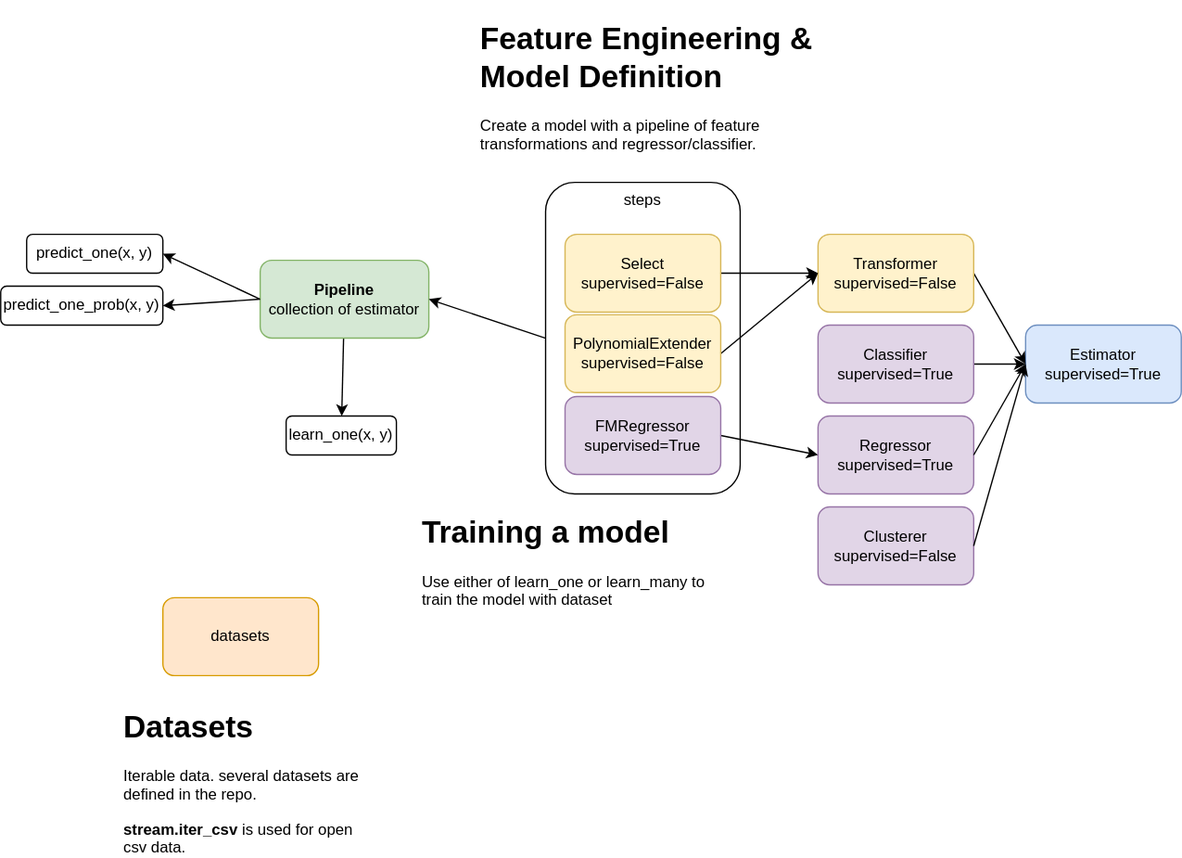
The draw.io diagram river/docs/diagram.drawio.svg in nakamasato/ml-training, before a commit. Source tidied: cells renumbered, new cells last; positions are measured from the earlier drawing's top-left corner, leaving out a move shared by most shapes. Its diagram source:
```xml
<mxGraphModel>
  <root>
    <mxCell id="0" />
    <mxCell id="1" parent="0" />
    <mxCell id="2" value="steps" style="rounded=1;whiteSpace=wrap;html=1;verticalAlign=top;" parent="1" vertex="1">
      <mxGeometry x="420" y="130" width="150" height="240" as="geometry" />
    </mxCell>
    <mxCell id="3" style="edgeStyle=none;html=1;exitX=0;exitY=0.5;exitDx=0;exitDy=0;entryX=1;entryY=0.5;entryDx=0;entryDy=0;" parent="1" edge="1" source="5" target="10">
      <mxGeometry relative="1" as="geometry" />
    </mxCell>
    <mxCell id="4" style="edgeStyle=none;html=1;" parent="1" edge="1" source="5" target="9">
      <mxGeometry relative="1" as="geometry" />
    </mxCell>
    <mxCell id="5" value="&lt;b&gt;Pipeline&lt;/b&gt;&lt;br&gt;collection of estimator" style="rounded=1;whiteSpace=wrap;html=1;fillColor=#d5e8d4;strokeColor=#82b366;" parent="1" vertex="1">
      <mxGeometry x="200" y="190" width="130" height="60" as="geometry" />
    </mxCell>
    <mxCell id="6" value="Estimator&lt;br&gt;supervised=True" style="rounded=1;whiteSpace=wrap;html=1;fillColor=#dae8fc;strokeColor=#6c8ebf;" parent="1" vertex="1">
      <mxGeometry x="790" y="240" width="120" height="60" as="geometry" />
    </mxCell>
    <mxCell id="7" style="edgeStyle=none;html=1;entryX=0;entryY=0.5;entryDx=0;entryDy=0;exitX=1;exitY=0.5;exitDx=0;exitDy=0;" parent="1" edge="1" source="8" target="6">
      <mxGeometry relative="1" as="geometry" />
    </mxCell>
    <mxCell id="8" value="Transformer&lt;br&gt;supervised=False" style="rounded=1;whiteSpace=wrap;html=1;fillColor=#fff2cc;strokeColor=#d6b656;" parent="1" vertex="1">
      <mxGeometry x="630" y="170" width="120" height="60" as="geometry" />
    </mxCell>
    <mxCell id="9" value="learn_one(x, y)" style="rounded=1;whiteSpace=wrap;html=1;" parent="1" vertex="1">
      <mxGeometry x="220" y="310" width="85" height="30" as="geometry" />
    </mxCell>
    <mxCell id="10" value="predict_one(x, y)" style="rounded=1;whiteSpace=wrap;html=1;" parent="1" vertex="1">
      <mxGeometry x="20" y="170" width="105" height="30" as="geometry" />
    </mxCell>
    <mxCell id="11" value="predict_one_prob(x, y)" style="rounded=1;whiteSpace=wrap;html=1;" parent="1" vertex="1">
      <mxGeometry y="210" width="125" height="30" as="geometry" />
    </mxCell>
    <mxCell id="12" style="edgeStyle=none;html=1;exitX=0;exitY=0.5;exitDx=0;exitDy=0;entryX=1;entryY=0.5;entryDx=0;entryDy=0;" parent="1" edge="1" source="5" target="11">
      <mxGeometry relative="1" as="geometry" />
    </mxCell>
    <mxCell id="13" value="&lt;h1&gt;Feature Engineering &amp;amp; Model Definition&lt;/h1&gt;&lt;p&gt;Create a model with a pipeline of feature transformations and regressor/classifier.&lt;/p&gt;" style="text;html=1;strokeColor=none;fillColor=none;spacing=5;spacingTop=-20;whiteSpace=wrap;overflow=hidden;rounded=0;" parent="1" vertex="1">
      <mxGeometry x="365" width="295" height="120" as="geometry" />
    </mxCell>
    <mxCell id="14" value="&lt;h1&gt;Training a model&amp;nbsp;&lt;/h1&gt;&lt;p&gt;Use either of learn_one or learn_many to train the model with dataset&lt;/p&gt;" style="text;html=1;strokeColor=none;fillColor=none;spacing=5;spacingTop=-20;whiteSpace=wrap;overflow=hidden;rounded=0;" parent="1" vertex="1">
      <mxGeometry x="320" y="380" width="240" height="120" as="geometry" />
    </mxCell>
    <mxCell id="15" value="datasets" style="rounded=1;whiteSpace=wrap;html=1;fillColor=#ffe6cc;strokeColor=#d79b00;" parent="1" vertex="1">
      <mxGeometry x="125" y="450" width="120" height="60" as="geometry" />
    </mxCell>
    <mxCell id="16" value="&lt;h1&gt;Datasets&lt;/h1&gt;&lt;p&gt;Iterable data. several datasets are defined in the repo.&lt;/p&gt;&lt;p&gt;&lt;b&gt;stream.iter_csv&lt;/b&gt; is used for open csv data.&lt;/p&gt;" style="text;html=1;strokeColor=none;fillColor=none;spacing=5;spacingTop=-20;whiteSpace=wrap;overflow=hidden;rounded=0;" parent="1" vertex="1">
      <mxGeometry x="90" y="530" width="190" height="120" as="geometry" />
    </mxCell>
    <mxCell id="17" style="edgeStyle=none;html=1;entryX=0;entryY=0.5;entryDx=0;entryDy=0;entryPerimeter=0;" parent="1" edge="1" source="18" target="6">
      <mxGeometry relative="1" as="geometry" />
    </mxCell>
    <mxCell id="18" value="Classifier&lt;br&gt;supervised=True" style="rounded=1;whiteSpace=wrap;html=1;fillColor=#e1d5e7;strokeColor=#9673a6;" parent="1" vertex="1">
      <mxGeometry x="630" y="240" width="120" height="60" as="geometry" />
    </mxCell>
    <mxCell id="19" value="Clusterer&lt;br&gt;supervised=False" style="rounded=1;whiteSpace=wrap;html=1;fillColor=#e1d5e7;strokeColor=#9673a6;" parent="1" vertex="1">
      <mxGeometry x="630" y="380" width="120" height="60" as="geometry" />
    </mxCell>
    <mxCell id="20" style="edgeStyle=none;html=1;exitX=1;exitY=0.5;exitDx=0;exitDy=0;entryX=0;entryY=0.5;entryDx=0;entryDy=0;" parent="1" edge="1" source="19" target="6">
      <mxGeometry relative="1" as="geometry" />
    </mxCell>
    <mxCell id="21" value="Regressor&lt;br&gt;supervised=True" style="rounded=1;whiteSpace=wrap;html=1;fillColor=#e1d5e7;strokeColor=#9673a6;" parent="1" vertex="1">
      <mxGeometry x="630" y="310" width="120" height="60" as="geometry" />
    </mxCell>
    <mxCell id="22" style="edgeStyle=none;html=1;exitX=1;exitY=0.5;exitDx=0;exitDy=0;entryX=0;entryY=0.5;entryDx=0;entryDy=0;" parent="1" edge="1" source="21" target="6">
      <mxGeometry relative="1" as="geometry" />
    </mxCell>
    <mxCell id="23" style="edgeStyle=none;html=1;entryX=0;entryY=0.5;entryDx=0;entryDy=0;exitX=1;exitY=0.5;exitDx=0;exitDy=0;" parent="1" edge="1" source="24" target="8">
      <mxGeometry relative="1" as="geometry" />
    </mxCell>
    <mxCell id="24" value="Select&lt;br&gt;supervised=False" style="rounded=1;whiteSpace=wrap;html=1;fillColor=#fff2cc;strokeColor=#d6b656;" parent="1" vertex="1">
      <mxGeometry x="435" y="170" width="120" height="60" as="geometry" />
    </mxCell>
    <mxCell id="25" style="edgeStyle=none;html=1;entryX=0;entryY=0.5;entryDx=0;entryDy=0;exitX=1;exitY=0.5;exitDx=0;exitDy=0;" parent="1" edge="1" source="26" target="8">
      <mxGeometry relative="1" as="geometry" />
    </mxCell>
    <mxCell id="26" value="PolynomialExtender&lt;br&gt;supervised=False" style="rounded=1;whiteSpace=wrap;html=1;fillColor=#fff2cc;strokeColor=#d6b656;" parent="1" vertex="1">
      <mxGeometry x="435" y="232" width="120" height="60" as="geometry" />
    </mxCell>
    <mxCell id="27" style="edgeStyle=none;html=1;entryX=0;entryY=0.5;entryDx=0;entryDy=0;exitX=1;exitY=0.5;exitDx=0;exitDy=0;" parent="1" edge="1" source="28" target="21">
      <mxGeometry relative="1" as="geometry" />
    </mxCell>
    <mxCell id="28" value="FMRegressor&lt;br&gt;supervised=True" style="rounded=1;whiteSpace=wrap;html=1;fillColor=#e1d5e7;strokeColor=#9673a6;" parent="1" vertex="1">
      <mxGeometry x="435" y="295" width="120" height="60" as="geometry" />
    </mxCell>
    <mxCell id="29" style="edgeStyle=none;html=1;exitX=0;exitY=0.5;exitDx=0;exitDy=0;entryX=1;entryY=0.5;entryDx=0;entryDy=0;" parent="1" edge="1" source="2" target="5">
      <mxGeometry relative="1" as="geometry" />
    </mxCell>
  </root>
</mxGraphModel>
```
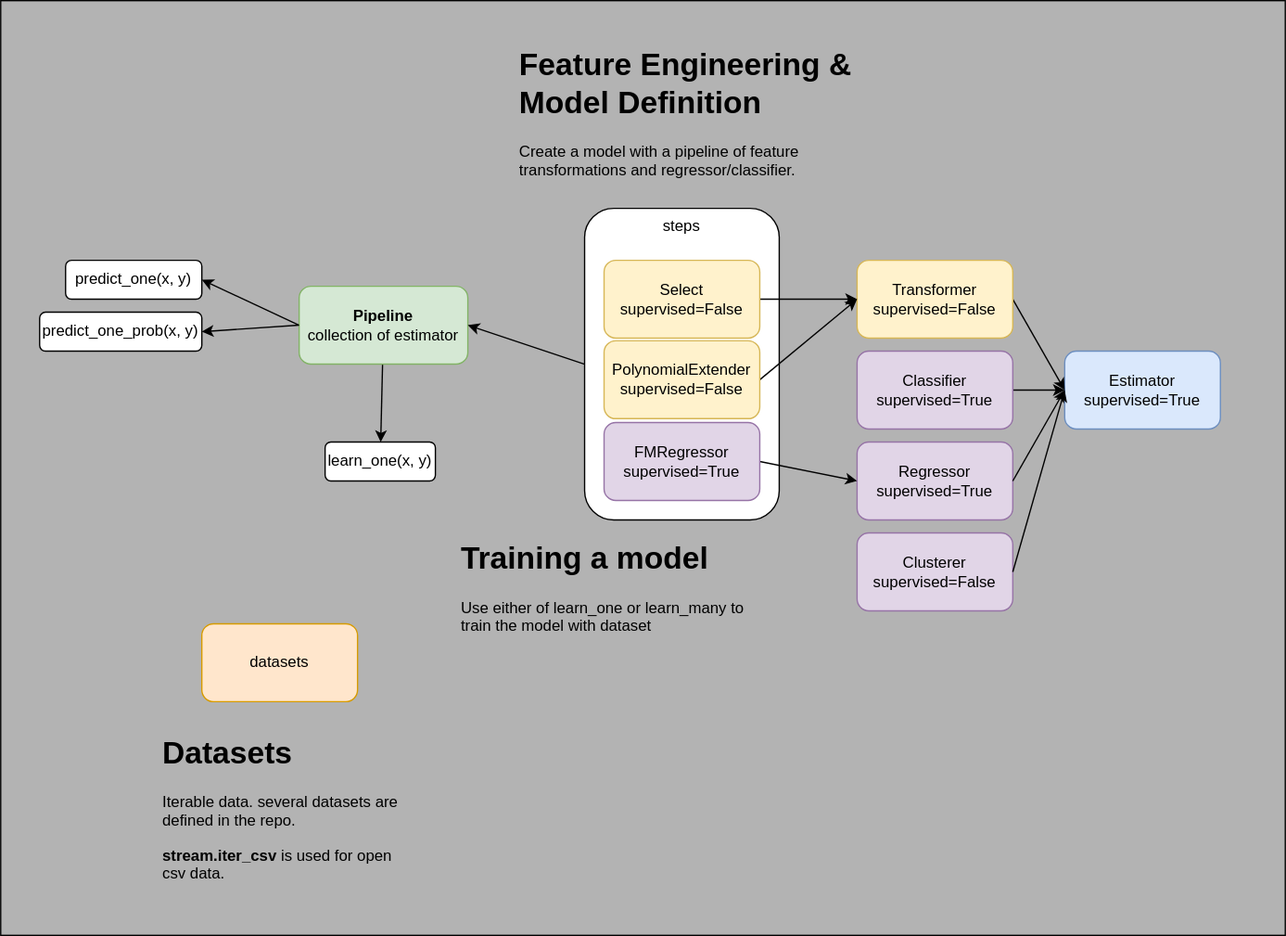
Above is the later version.

What changed in the source:
```diff
@@ -2,6 +2,9 @@
   <root>
     <mxCell id="0" />
     <mxCell id="1" parent="0" />
+    <mxCell id="30" style="rounded=0;whiteSpace=wrap;html=1;fillColor=#B3B3B3;" parent="1" vertex="1">
+      <mxGeometry x="-30" y="-30" width="990" height="720" as="geometry" />
+    </mxCell>
     <mxCell id="2" value="steps" style="rounded=1;whiteSpace=wrap;html=1;verticalAlign=top;" parent="1" vertex="1">
       <mxGeometry x="420" y="130" width="150" height="240" as="geometry" />
     </mxCell>
```
